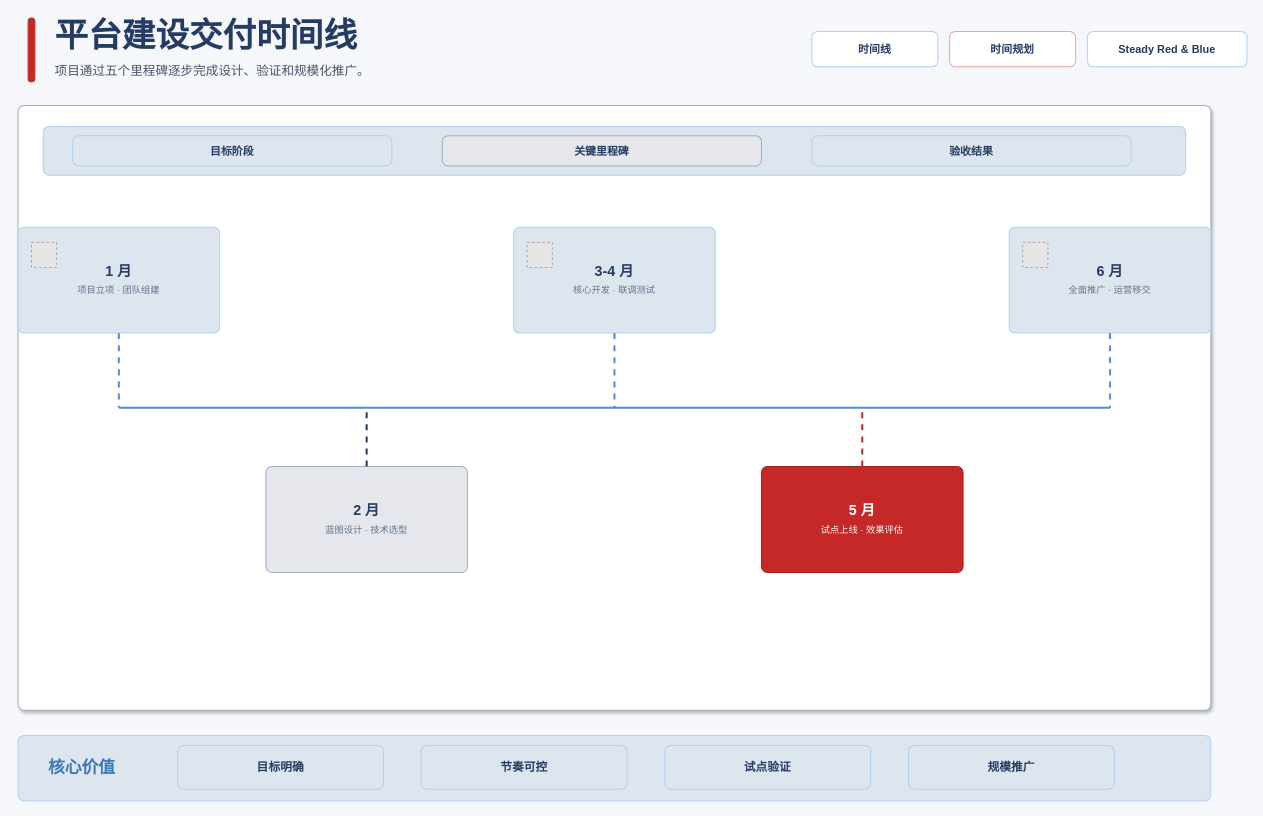
BeWaterMyFriend7/SKILL-PROJECT keeps this draw.io diagram as docs/xml-diagram/drawio/timeline-steady-red-blue-light-enterprise.drawio. Above is the earlier version. Source tidied: cells renumbered, new cells numbered last; positions are measured from the earlier drawing's top-left corner, leaving out a move shared by most shapes. Both pictures are drawn from the tidied source at 84%, with x=0, y=0 at pixel (18, 14). Pictures stored in the file or linked from it are replaced by grey dashed boxes.
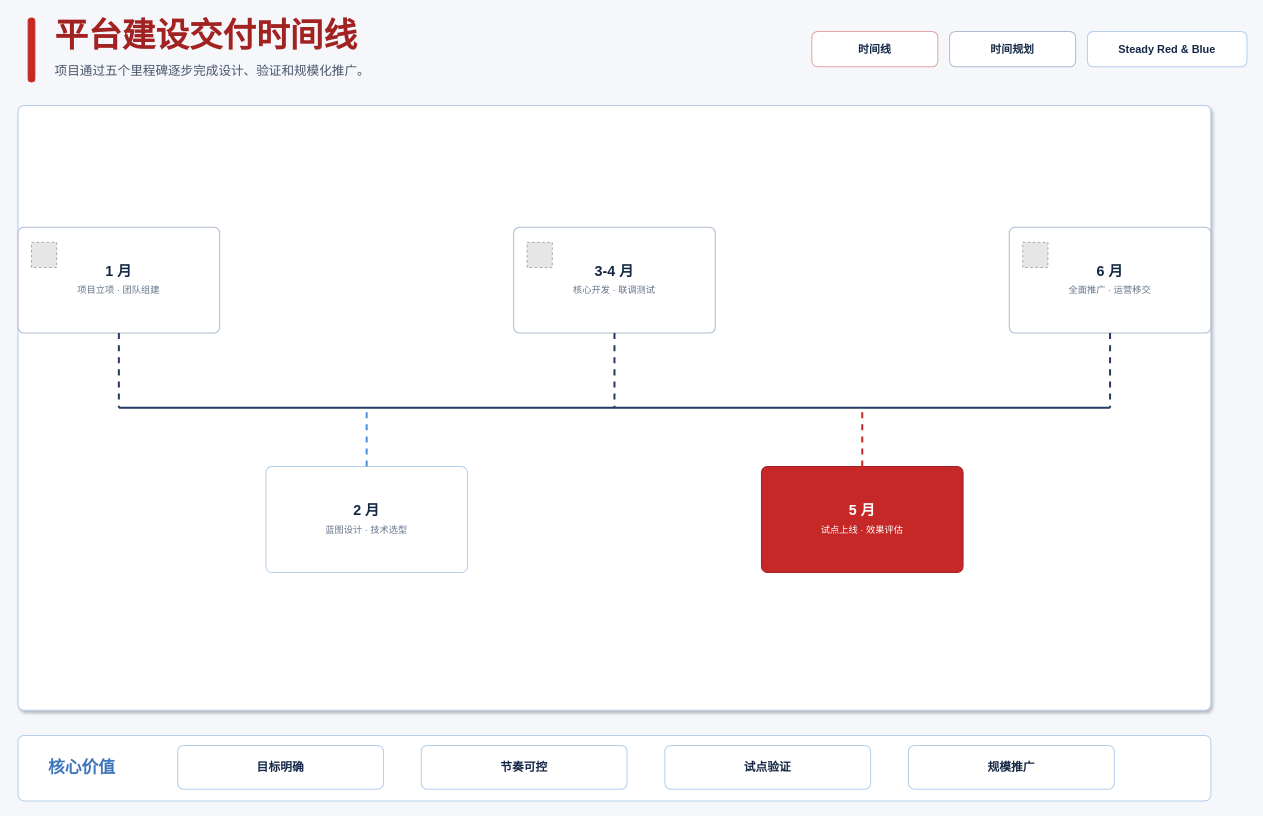
The same diagram, later.

Change to the diagram source:
```diff
@@
-    <mxCell id="3" value="平台建设交付时间线" style="rounded=1;absoluteArcSize=1;arcSize=14;whiteSpace=wrap;html=1;fillColor=none;strokeColor=none;strokeWidth=1.2;fontColor=#243B63;fontSize=40;fontFamily=Microsoft YaHei;align=left;verticalAlign=middle;fontStyle=1;" parent="1" vertex="1">
+    <mxCell id="3" value="平台建设交付时间线" style="rounded=1;absoluteArcSize=1;arcSize=14;whiteSpace=wrap;html=1;fillColor=none;strokeColor=none;strokeWidth=1.2;fontColor=#A22121;fontSize=40;fontFamily=Microsoft YaHei;align=left;verticalAlign=middle;fontStyle=1;" parent="1" vertex="1">
       <mxGeometry x="42" width="760" height="48" as="geometry" />
     </mxCell>
@@
-    <mxCell id="5" value="时间线" style="rounded=1;absoluteArcSize=1;arcSize=14;whiteSpace=wrap;html=1;fillColor=#FFFFFF;strokeColor=#B3D0F3;strokeWidth=1.2;fontColor=#243B63;fontSize=13;fontFamily=Microsoft YaHei;align=center;verticalAlign=middle;fontStyle=1;" parent="1" vertex="1">
+    <mxCell id="5" value="时间线" style="rounded=1;absoluteArcSize=1;arcSize=14;whiteSpace=wrap;html=1;fillColor=#FFFFFF;strokeColor=#E2A4A4;strokeWidth=1.2;fontColor=#142744;fontSize=13;fontFamily=Microsoft YaHei;align=center;verticalAlign=middle;fontStyle=1;" parent="1" vertex="1">
       <mxGeometry x="945" y="20" width="150" height="42" as="geometry" />
     </mxCell>
-    <mxCell id="6" value="时间规划" style="rounded=1;absoluteArcSize=1;arcSize=14;whiteSpace=wrap;html=1;fillColor=#FFFFFF;strokeColor=#E7A5A5;strokeWidth=1.2;fontColor=#243B63;fontSize=13;fontFamily=Microsoft YaHei;align=center;verticalAlign=middle;fontStyle=1;" parent="1" vertex="1">
+    <mxCell id="6" value="时间规划" style="rounded=1;absoluteArcSize=1;arcSize=14;whiteSpace=wrap;html=1;fillColor=#FFFFFF;strokeColor=#AEBBD0;strokeWidth=1.2;fontColor=#142744;fontSize=13;fontFamily=Microsoft YaHei;align=center;verticalAlign=middle;fontStyle=1;" parent="1" vertex="1">
       <mxGeometry x="1109" y="20" width="150" height="42" as="geometry" />
     </mxCell>
-    <mxCell id="7" value="Steady Red &amp; Blue" style="rounded=1;absoluteArcSize=1;arcSize=14;whiteSpace=wrap;html=1;fillColor=#FFFFFF;strokeColor=#B3D0F3;strokeWidth=1.2;fontColor=#243B63;fontSize=13;fontFamily=Microsoft YaHei;align=center;verticalAlign=middle;fontStyle=1;" parent="1" vertex="1">
+    <mxCell id="7" value="Steady Red &amp; Blue" style="rounded=1;absoluteArcSize=1;arcSize=14;whiteSpace=wrap;html=1;fillColor=#FFFFFF;strokeColor=#B4CFEC;strokeWidth=1.2;fontColor=#142744;fontSize=13;fontFamily=Microsoft YaHei;align=center;verticalAlign=middle;fontStyle=1;" parent="1" vertex="1">
       <mxGeometry x="1273" y="20" width="190" height="42" as="geometry" />
     </mxCell>
-    <mxCell id="8" style="rounded=1;absoluteArcSize=1;arcSize=14;whiteSpace=wrap;html=1;fillColor=#FFFFFF;strokeColor=#A3ADBD;strokeWidth=1.2;fontColor=#243B63;fontSize=15;fontFamily=Microsoft YaHei;align=center;verticalAlign=middle;shadow=1;" parent="1" vertex="1">
+    <mxCell id="8" style="rounded=1;absoluteArcSize=1;arcSize=14;whiteSpace=wrap;html=1;fillColor=#FFFFFF;strokeColor=#B4CFEC;strokeWidth=1.2;fontColor=#142744;fontSize=15;fontFamily=Microsoft YaHei;align=center;verticalAlign=middle;shadow=1;" parent="1" vertex="1">
       <mxGeometry y="108" width="1420" height="720" as="geometry" />
     </mxCell>
-    <mxCell id="9" style="rounded=1;absoluteArcSize=1;arcSize=14;whiteSpace=wrap;html=1;fillColor=#DDE6EF;strokeColor=#B3D0F3;strokeWidth=1.2;fontColor=#243B63;fontSize=15;fontFamily=Microsoft YaHei;align=center;verticalAlign=middle;" parent="1" vertex="1">
-      <mxGeometry x="30" y="133" width="1360" height="58" as="geometry" />
-    </mxCell>
-    <mxCell id="10" value="&lt;b&gt;目标阶段&lt;/b&gt;" style="rounded=1;absoluteArcSize=1;arcSize=14;whiteSpace=wrap;html=1;fillColor=#DDE6EF;strokeColor=#B3D0F3;strokeWidth=1.2;fontColor=#243B63;fontSize=13;fontFamily=Microsoft YaHei;align=center;verticalAlign=middle;" parent="1" vertex="1">
-      <mxGeometry x="65" y="144" width="380" height="36" as="geometry" />
-    </mxCell>
-    <mxCell id="11" value="&lt;b&gt;关键里程碑&lt;/b&gt;" style="rounded=1;absoluteArcSize=1;arcSize=14;whiteSpace=wrap;html=1;fillColor=#E5E7EC;strokeColor=#A3ADBD;strokeWidth=1.2;fontColor=#243B63;fontSize=13;fontFamily=Microsoft YaHei;align=center;verticalAlign=middle;" parent="1" vertex="1">
-      <mxGeometry x="505" y="144" width="380" height="36" as="geometry" />
-    </mxCell>
-    <mxCell id="12" value="&lt;b&gt;验收结果&lt;/b&gt;" style="rounded=1;absoluteArcSize=1;arcSize=14;whiteSpace=wrap;html=1;fillColor=#DDE6EF;strokeColor=#B3D0F3;strokeWidth=1.2;fontColor=#243B63;fontSize=13;fontFamily=Microsoft YaHei;align=center;verticalAlign=middle;" parent="1" vertex="1">
-      <mxGeometry x="945" y="144" width="380" height="36" as="geometry" />
-    </mxCell>
-    <mxCell id="13" style="rounded=1;absoluteArcSize=1;arcSize=14;whiteSpace=wrap;html=1;fillColor=#DDE6EF;strokeColor=#B3D0F3;strokeWidth=1.2;fontColor=#243B63;fontSize=15;fontFamily=Microsoft YaHei;align=center;verticalAlign=middle;" parent="1" vertex="1">
+    <mxCell id="13" style="rounded=1;absoluteArcSize=1;arcSize=14;whiteSpace=wrap;html=1;fillColor=#FFFFFF;strokeColor=#B4CFEC;strokeWidth=1.2;fontColor=#142744;fontSize=15;fontFamily=Microsoft YaHei;align=center;verticalAlign=middle;" parent="1" vertex="1">
       <mxGeometry y="858" width="1420" height="78" as="geometry" />
     </mxCell>
-    <mxCell id="14" value="&lt;b&gt;目标明确&lt;/b&gt;" style="rounded=1;absoluteArcSize=1;arcSize=14;whiteSpace=wrap;html=1;fillColor=#DDE6EF;strokeColor=#B3D0F3;strokeWidth=1.2;fontColor=#243B63;fontSize=14;fontFamily=Microsoft YaHei;align=center;verticalAlign=middle;" parent="1" vertex="1">
+    <mxCell id="14" value="&lt;b&gt;目标明确&lt;/b&gt;" style="rounded=1;absoluteArcSize=1;arcSize=14;whiteSpace=wrap;html=1;fillColor=#FFFFFF;strokeColor=#B4CFEC;strokeWidth=1.2;fontColor=#142744;fontSize=14;fontFamily=Microsoft YaHei;align=center;verticalAlign=middle;" parent="1" vertex="1">
       <mxGeometry x="190" y="870" width="245" height="52" as="geometry" />
     </mxCell>
-    <mxCell id="15" value="&lt;b&gt;节奏可控&lt;/b&gt;" style="rounded=1;absoluteArcSize=1;arcSize=14;whiteSpace=wrap;html=1;fillColor=#DDE6EF;strokeColor=#B3D0F3;strokeWidth=1.2;fontColor=#243B63;fontSize=14;fontFamily=Microsoft YaHei;align=center;verticalAlign=middle;" parent="1" vertex="1">
+    <mxCell id="15" value="&lt;b&gt;节奏可控&lt;/b&gt;" style="rounded=1;absoluteArcSize=1;arcSize=14;whiteSpace=wrap;html=1;fillColor=#FFFFFF;strokeColor=#B4CFEC;strokeWidth=1.2;fontColor=#142744;fontSize=14;fontFamily=Microsoft YaHei;align=center;verticalAlign=middle;" parent="1" vertex="1">
       <mxGeometry x="480" y="870" width="245" height="52" as="geometry" />
     </mxCell>
-    <mxCell id="16" value="&lt;b&gt;试点验证&lt;/b&gt;" style="rounded=1;absoluteArcSize=1;arcSize=14;whiteSpace=wrap;html=1;fillColor=#DDE6EF;strokeColor=#B3D0F3;strokeWidth=1.2;fontColor=#243B63;fontSize=14;fontFamily=Microsoft YaHei;align=center;verticalAlign=middle;" parent="1" vertex="1">
+    <mxCell id="16" value="&lt;b&gt;试点验证&lt;/b&gt;" style="rounded=1;absoluteArcSize=1;arcSize=14;whiteSpace=wrap;html=1;fillColor=#FFFFFF;strokeColor=#B4CFEC;strokeWidth=1.2;fontColor=#142744;fontSize=14;fontFamily=Microsoft YaHei;align=center;verticalAlign=middle;" parent="1" vertex="1">
       <mxGeometry x="770" y="870" width="245" height="52" as="geometry" />
     </mxCell>
-    <mxCell id="17" value="&lt;b&gt;规模推广&lt;/b&gt;" style="rounded=1;absoluteArcSize=1;arcSize=14;whiteSpace=wrap;html=1;fillColor=#DDE6EF;strokeColor=#B3D0F3;strokeWidth=1.2;fontColor=#243B63;fontSize=14;fontFamily=Microsoft YaHei;align=center;verticalAlign=middle;" parent="1" vertex="1">
+    <mxCell id="17" value="&lt;b&gt;规模推广&lt;/b&gt;" style="rounded=1;absoluteArcSize=1;arcSize=14;whiteSpace=wrap;html=1;fillColor=#FFFFFF;strokeColor=#B4CFEC;strokeWidth=1.2;fontColor=#142744;fontSize=14;fontFamily=Microsoft YaHei;align=center;verticalAlign=middle;" parent="1" vertex="1">
       <mxGeometry x="1060" y="870" width="245" height="52" as="geometry" />
     </mxCell>
-    <mxCell id="18" value="&lt;b&gt;1 月&lt;/b&gt;&lt;br&gt;&lt;font style='font-size:11px;color:#64748B'&gt;项目立项 · 团队组建&lt;/font&gt;" style="rounded=1;absoluteArcSize=1;arcSize=14;whiteSpace=wrap;html=1;fillColor=#DDE6EF;strokeColor=#B3D0F3;strokeWidth=1.2;fontColor=#243B63;fontSize=17;fontFamily=Microsoft YaHei;align=center;verticalAlign=middle;" parent="1" vertex="1">
+    <mxCell id="18" value="&lt;b&gt;1 月&lt;/b&gt;&lt;br&gt;&lt;font style='font-size:11px;color:#64748B'&gt;项目立项 · 团队组建&lt;/font&gt;" style="rounded=1;absoluteArcSize=1;arcSize=14;whiteSpace=wrap;html=1;fillColor=#FFFFFF;strokeColor=#AEBBD0;strokeWidth=1.2;fontColor=#142744;fontSize=17;fontFamily=Microsoft YaHei;align=center;verticalAlign=middle;" parent="1" vertex="1">
       <mxGeometry y="253" width="240" height="126" as="geometry" />
     </mxCell>
-    <mxCell id="19" value="&lt;b&gt;2 月&lt;/b&gt;&lt;br&gt;&lt;font style='font-size:11px;color:#64748B'&gt;蓝图设计 · 技术选型&lt;/font&gt;" style="rounded=1;absoluteArcSize=1;arcSize=14;whiteSpace=wrap;html=1;fillColor=#E5E7EC;strokeColor=#A3ADBD;strokeWidth=1.2;fontColor=#243B63;fontSize=17;fontFamily=Microsoft YaHei;align=center;verticalAlign=middle;" parent="1" vertex="1">
+    <mxCell id="19" value="&lt;b&gt;2 月&lt;/b&gt;&lt;br&gt;&lt;font style='font-size:11px;color:#64748B'&gt;蓝图设计 · 技术选型&lt;/font&gt;" style="rounded=1;absoluteArcSize=1;arcSize=14;whiteSpace=wrap;html=1;fillColor=#FFFFFF;strokeColor=#B4CFEC;strokeWidth=1.2;fontColor=#142744;fontSize=17;fontFamily=Microsoft YaHei;align=center;verticalAlign=middle;" parent="1" vertex="1">
       <mxGeometry x="295" y="538" width="240" height="126" as="geometry" />
     </mxCell>
-    <mxCell id="20" value="&lt;b&gt;3-4 月&lt;/b&gt;&lt;br&gt;&lt;font style='font-size:11px;color:#64748B'&gt;核心开发 · 联调测试&lt;/font&gt;" style="rounded=1;absoluteArcSize=1;arcSize=14;whiteSpace=wrap;html=1;fillColor=#DDE6EF;strokeColor=#B3D0F3;strokeWidth=1.2;fontColor=#243B63;fontSize=17;fontFamily=Microsoft YaHei;align=center;verticalAlign=middle;" parent="1" vertex="1">
+    <mxCell id="20" value="&lt;b&gt;3-4 月&lt;/b&gt;&lt;br&gt;&lt;font style='font-size:11px;color:#64748B'&gt;核心开发 · 联调测试&lt;/font&gt;" style="rounded=1;absoluteArcSize=1;arcSize=14;whiteSpace=wrap;html=1;fillColor=#FFFFFF;strokeColor=#AEBBD0;strokeWidth=1.2;fontColor=#142744;fontSize=17;fontFamily=Microsoft YaHei;align=center;verticalAlign=middle;" parent="1" vertex="1">
       <mxGeometry x="590" y="253" width="240" height="126" as="geometry" />
     </mxCell>
@@
-    <mxCell id="22" value="&lt;b&gt;6 月&lt;/b&gt;&lt;br&gt;&lt;font style='font-size:11px;color:#64748B'&gt;全面推广 · 运营移交&lt;/font&gt;" style="rounded=1;absoluteArcSize=1;arcSize=14;whiteSpace=wrap;html=1;fillColor=#DDE6EF;strokeColor=#B3D0F3;strokeWidth=1.2;fontColor=#243B63;fontSize=17;fontFamily=Microsoft YaHei;align=center;verticalAlign=middle;" parent="1" vertex="1">
+    <mxCell id="22" value="&lt;b&gt;6 月&lt;/b&gt;&lt;br&gt;&lt;font style='font-size:11px;color:#64748B'&gt;全面推广 · 运营移交&lt;/font&gt;" style="rounded=1;absoluteArcSize=1;arcSize=14;whiteSpace=wrap;html=1;fillColor=#FFFFFF;strokeColor=#AEBBD0;strokeWidth=1.2;fontColor=#142744;fontSize=17;fontFamily=Microsoft YaHei;align=center;verticalAlign=middle;" parent="1" vertex="1">
       <mxGeometry x="1180" y="253" width="240" height="126" as="geometry" />
     </mxCell>
@@
-    <mxCell id="27" style="edgeStyle=none;orthogonalLoop=1;jettySize=auto;html=1;strokeColor=#4A90E2;strokeWidth=2.4;dashed=0;endArrow=none;endFill=0;" parent="1" edge="1">
+    <mxCell id="27" style="edgeStyle=none;orthogonalLoop=1;jettySize=auto;html=1;strokeColor=#243B63;strokeWidth=2.4;dashed=0;endArrow=none;endFill=0;" parent="1" edge="1">
       <mxGeometry relative="1" as="geometry">
         <mxPoint x="120" y="468" as="sourcePoint" />
         <mxPoint x="1300" y="468" as="targetPoint" />
       </mxGeometry>
     </mxCell>
-    <mxCell id="28" style="edgeStyle=none;orthogonalLoop=1;jettySize=auto;html=1;strokeColor=#4A90E2;strokeWidth=2.4;dashed=1;endArrow=none;endFill=0;" parent="1" edge="1">
+    <mxCell id="28" style="edgeStyle=none;orthogonalLoop=1;jettySize=auto;html=1;strokeColor=#243B63;strokeWidth=2.4;dashed=1;endArrow=none;endFill=0;" parent="1" edge="1">
       <mxGeometry relative="1" as="geometry">
         <mxPoint x="120" y="379" as="sourcePoint" />
         <mxPoint x="120" y="468" as="targetPoint" />
       </mxGeometry>
     </mxCell>
-    <mxCell id="29" style="edgeStyle=none;orthogonalLoop=1;jettySize=auto;html=1;strokeColor=#243B63;strokeWidth=2.4;dashed=1;endArrow=none;endFill=0;" parent="1" edge="1">
+    <mxCell id="29" style="edgeStyle=none;orthogonalLoop=1;jettySize=auto;html=1;strokeColor=#4A90E2;strokeWidth=2.4;dashed=1;endArrow=none;endFill=0;" parent="1" edge="1">
       <mxGeometry relative="1" as="geometry">
         <mxPoint x="415" y="538" as="sourcePoint" />
         <mxPoint x="415" y="468" as="targetPoint" />
       </mxGeometry>
     </mxCell>
-    <mxCell id="30" style="edgeStyle=none;orthogonalLoop=1;jettySize=auto;html=1;strokeColor=#4A90E2;strokeWidth=2.4;dashed=1;endArrow=none;endFill=0;" parent="1" edge="1">
+    <mxCell id="30" style="edgeStyle=none;orthogonalLoop=1;jettySize=auto;html=1;strokeColor=#243B63;strokeWidth=2.4;dashed=1;endArrow=none;endFill=0;" parent="1" edge="1">
       <mxGeometry relative="1" as="geometry">
         <mxPoint x="710" y="379" as="sourcePoint" />
         <mxPoint x="710" y="468" as="targetPoint" />
       </mxGeometry>
     </mxCell>
@@
-    <mxCell id="32" style="edgeStyle=none;orthogonalLoop=1;jettySize=auto;html=1;strokeColor=#4A90E2;strokeWidth=2.4;dashed=1;endArrow=none;endFill=0;" parent="1" edge="1">
+    <mxCell id="32" style="edgeStyle=none;orthogonalLoop=1;jettySize=auto;html=1;strokeColor=#243B63;strokeWidth=2.4;dashed=1;endArrow=none;endFill=0;" parent="1" edge="1">
       <mxGeometry relative="1" as="geometry">
         <mxPoint x="1300" y="379" as="sourcePoint" />
         <mxPoint x="1300" y="468" as="targetPoint" />
       </mxGeometry>
     </mxCell>
```
